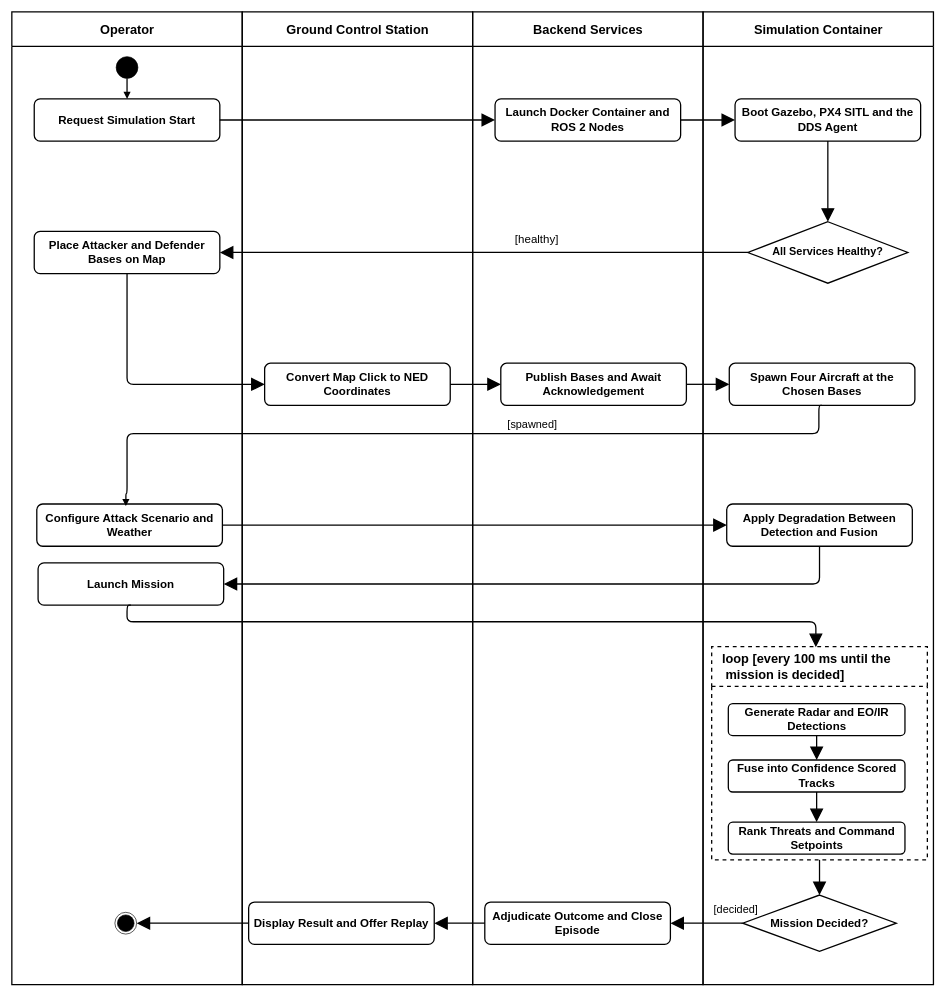
Before: 21_activity_system_overview.drawio in syedmohammad611/diagrams, a draw.io diagram. Source tidied: cells renumbered, new cells numbered last; positions are measured from the earlier drawing's top-left corner, leaving out a move shared by most shapes. Both pictures are drawn from the tidied source at 64%, with x=0, y=0 at pixel (12, 12).
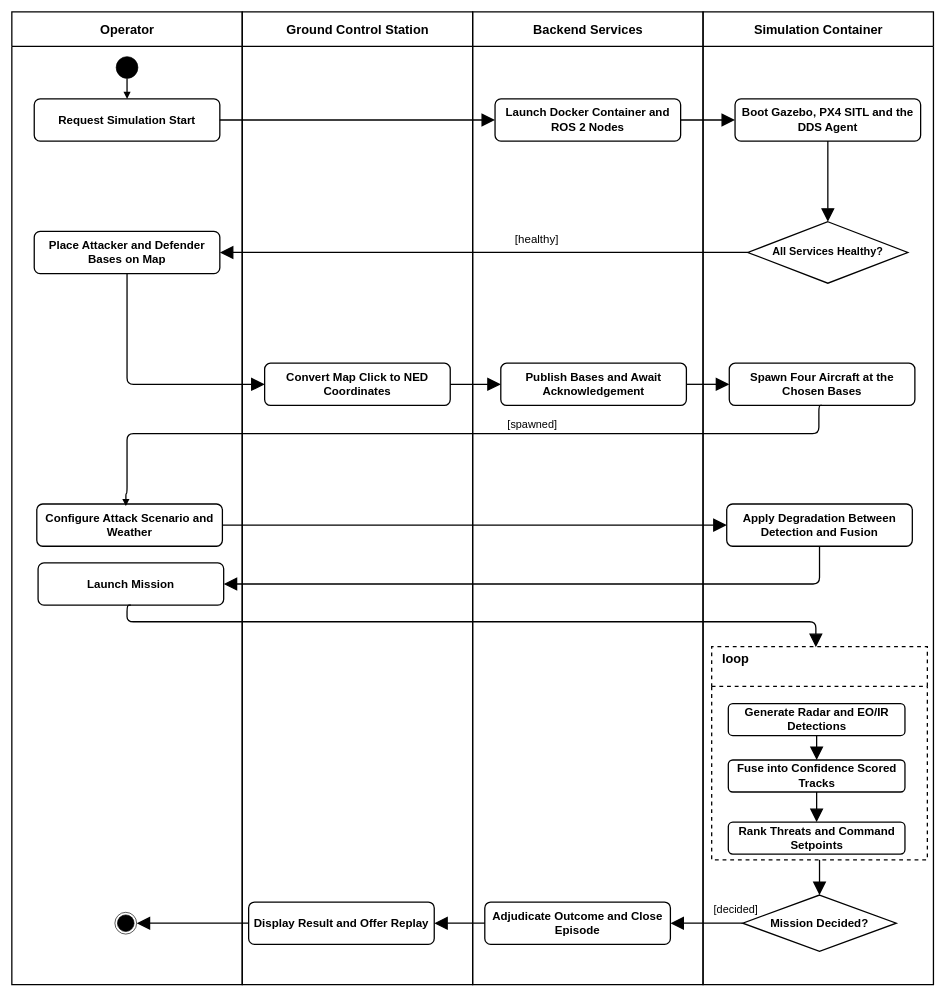
After the change.

Unchanged cells that the change refers to:
```xml
<mxCell id="13" value="&lt;b&gt;Simulation Container&lt;/b&gt;" style="swimlane;fontStyle=1;align=center;verticalAlign=middle;startSize=54;html=1;fillColor=none;strokeColor=#000000;fontColor=#000000;fontFamily=Helvetica;rounded=0;fontSize=20;strokeWidth=2;swimlaneFillColor=none;" parent="1" vertex="1">
  <mxGeometry x="1080" width="360" height="1520" as="geometry" />
</mxCell>
```

Diff of the diagram source:
```diff
@@
-<mxGraphModel>
+<mxGraphModel background="#ffffff">
@@
-    <mxCell id="20" value="&lt;b&gt;&lt;font style=&quot;font-size: 20px;&quot;&gt;loop  [every 100 ms until the&lt;br&gt;&amp;nbsp;mission is decided]&lt;/font&gt;&lt;/b&gt;" style="swimlane;fontStyle=1;align=left;spacingLeft=14;verticalAlign=top;startSize=62;html=1;fillColor=none;strokeColor=#000000;fontColor=#000000;fontFamily=Helvetica;rounded=1;arcSize=0;fontSize=18;strokeWidth=2;swimlaneFillColor=none;dashed=1;" parent="13" vertex="1">
+    <mxCell id="20" value="&lt;b&gt;&lt;font style=&quot;font-size: 20px;&quot;&gt;loop&lt;br&gt;&lt;/font&gt;&lt;/b&gt;" style="swimlane;fontStyle=1;align=left;spacingLeft=14;verticalAlign=top;startSize=62;html=1;fillColor=none;strokeColor=#000000;fontColor=#000000;fontFamily=Helvetica;rounded=1;arcSize=0;fontSize=18;strokeWidth=2;swimlaneFillColor=none;dashed=1;" parent="13" vertex="1">
       <mxGeometry x="13.5" y="992" width="337" height="333" as="geometry" />
     </mxCell>
```
